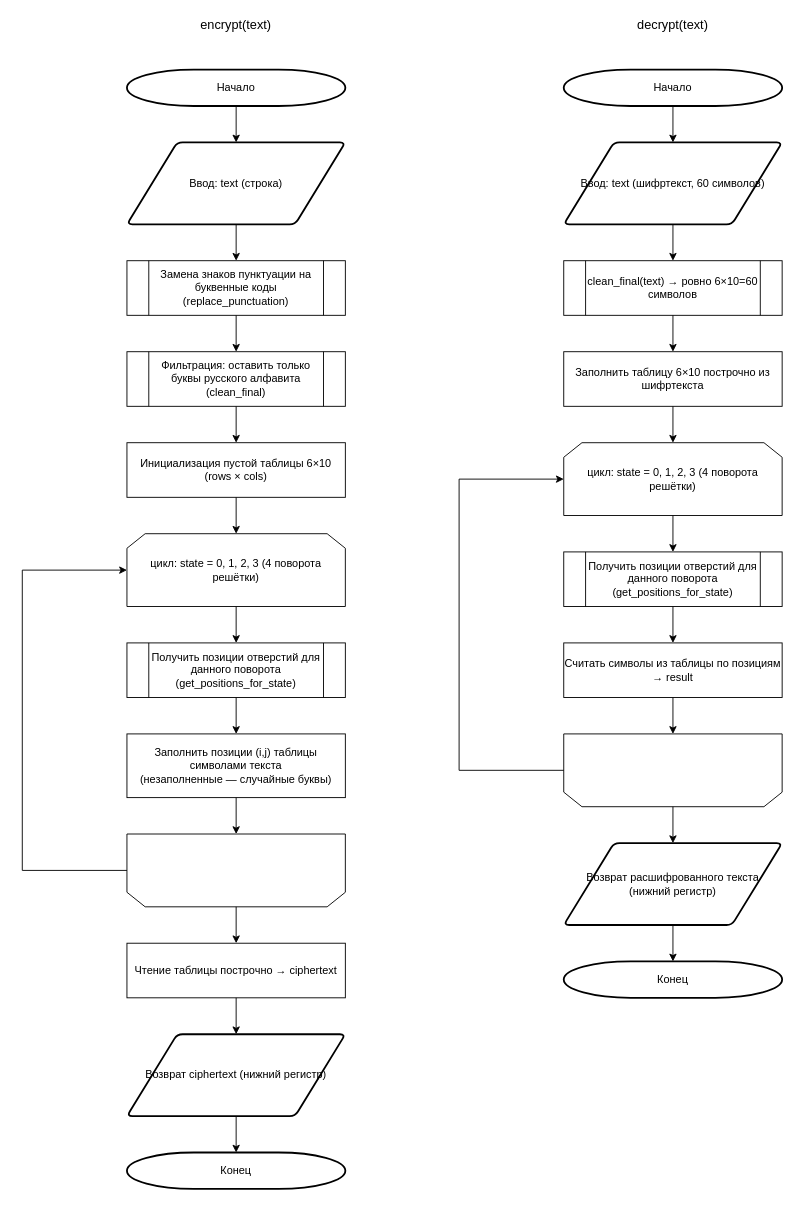
Before: cardano_diagram.drawio in Laincetta/mospolytech-cryptography, a draw.io diagram. Source tidied: cells renumbered, new cells numbered last; positions are measured from the earlier drawing's top-left corner, leaving out a move shared by most shapes. Both pictures are drawn from the tidied source at 91%, with x=0, y=0 at pixel (22, 15).
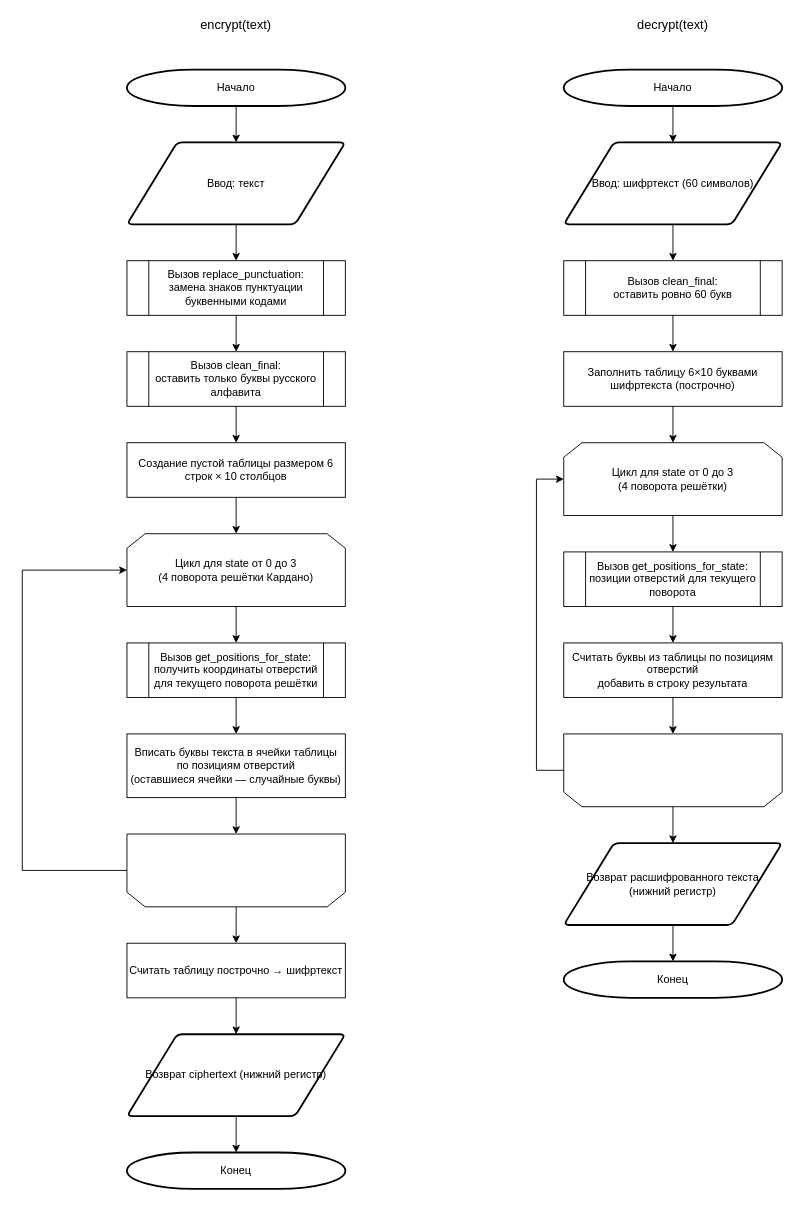
The same diagram, later.

The change refers to these unchanged cells:
```xml
<mxCell id="37" style="text;html=1;whiteSpace=wrap;strokeColor=none;fillColor=none;opacity=0;" parent="1" vertex="1">
  <mxGeometry x="595" y="789" width="240" height="80" as="geometry" />
</mxCell>
```

What changed in the source:
```diff
@@
-    <mxCell id="4" value="Ввод: text (строка)" style="shape=parallelogram;html=1;strokeWidth=2;perimeter=parallelogramPerimeter;whiteSpace=wrap;rounded=1;arcSize=12;size=0.23;" parent="1" vertex="1">
+    <mxCell id="4" value="Ввод: текст" style="shape=parallelogram;html=1;strokeWidth=2;perimeter=parallelogramPerimeter;whiteSpace=wrap;rounded=1;arcSize=12;size=0.23;" parent="1" vertex="1">
       <mxGeometry x="115" y="139" width="240" height="90" as="geometry" />
     </mxCell>
-    <mxCell id="5" value="Замена знаков пунктуации на буквенные коды (replace_punctuation)" style="shape=process;whiteSpace=wrap;html=1;backgroundOutline=1;" parent="1" vertex="1">
+    <mxCell id="5" value="Вызов replace_punctuation:&#10;замена знаков пунктуации буквенными кодами" style="shape=process;whiteSpace=wrap;html=1;backgroundOutline=1;" parent="1" vertex="1">
       <mxGeometry x="115" y="269" width="240" height="60" as="geometry" />
     </mxCell>
-    <mxCell id="6" value="Фильтрация: оставить только буквы русского алфавита (clean_final)" style="shape=process;whiteSpace=wrap;html=1;backgroundOutline=1;" parent="1" vertex="1">
+    <mxCell id="6" value="Вызов clean_final:&#10;оставить только буквы русского алфавита" style="shape=process;whiteSpace=wrap;html=1;backgroundOutline=1;" parent="1" vertex="1">
       <mxGeometry x="115" y="369" width="240" height="60" as="geometry" />
     </mxCell>
-    <mxCell id="7" value="Инициализация пустой таблицы 6×10 (rows × cols)" style="rounded=0;whiteSpace=wrap;html=1;" parent="1" vertex="1">
+    <mxCell id="7" value="Создание пустой таблицы размером 6 строк × 10 столбцов" style="rounded=0;whiteSpace=wrap;html=1;" parent="1" vertex="1">
       <mxGeometry x="115" y="469" width="240" height="60" as="geometry" />
     </mxCell>
-    <mxCell id="8" value="цикл: state = 0, 1, 2, 3 (4 поворота решётки)" style="shape=loopLimit;whiteSpace=wrap;html=1;" parent="1" vertex="1">
+    <mxCell id="8" value="Цикл для state от 0 до 3&#10;(4 поворота решётки Кардано)" style="shape=loopLimit;whiteSpace=wrap;html=1;" parent="1" vertex="1">
       <mxGeometry x="115" y="569" width="240" height="80" as="geometry" />
     </mxCell>
-    <mxCell id="9" value="Получить позиции отверстий для данного поворота (get_positions_for_state)" style="shape=process;whiteSpace=wrap;html=1;backgroundOutline=1;" parent="1" vertex="1">
+    <mxCell id="9" value="Вызов get_positions_for_state:&#10;получить координаты отверстий для текущего поворота решётки" style="shape=process;whiteSpace=wrap;html=1;backgroundOutline=1;" parent="1" vertex="1">
       <mxGeometry x="115" y="689" width="240" height="60" as="geometry" />
     </mxCell>
-    <mxCell id="10" value="Заполнить позиции (i,j) таблицы символами текста&#10;(незаполненные — случайные буквы)" style="rounded=0;whiteSpace=wrap;html=1;" parent="1" vertex="1">
+    <mxCell id="10" value="Вписать буквы текста в ячейки таблицы по позициям отверстий&#10;(оставшиеся ячейки — случайные буквы)" style="rounded=0;whiteSpace=wrap;html=1;" parent="1" vertex="1">
       <mxGeometry x="115" y="789" width="240" height="70" as="geometry" />
     </mxCell>
@@
-    <mxCell id="13" value="Чтение таблицы построчно → ciphertext" style="rounded=0;whiteSpace=wrap;html=1;" parent="1" vertex="1">
+    <mxCell id="13" value="Считать таблицу построчно → шифртекст" style="rounded=0;whiteSpace=wrap;html=1;" parent="1" vertex="1">
       <mxGeometry x="115" y="1019" width="240" height="60" as="geometry" />
     </mxCell>
@@
-    <mxCell id="30" value="Ввод: text (шифртекст, 60 символов)" style="shape=parallelogram;html=1;strokeWidth=2;perimeter=parallelogramPerimeter;whiteSpace=wrap;rounded=1;arcSize=12;size=0.23;" parent="1" vertex="1">
+    <mxCell id="30" value="Ввод: шифртекст (60 символов)" style="shape=parallelogram;html=1;strokeWidth=2;perimeter=parallelogramPerimeter;whiteSpace=wrap;rounded=1;arcSize=12;size=0.23;" parent="1" vertex="1">
       <mxGeometry x="595" y="139" width="240" height="90" as="geometry" />
     </mxCell>
-    <mxCell id="31" value="clean_final(text) → ровно 6×10=60 символов" style="shape=process;whiteSpace=wrap;html=1;backgroundOutline=1;" parent="1" vertex="1">
+    <mxCell id="31" value="Вызов clean_final:&#10;оставить ровно 60 букв" style="shape=process;whiteSpace=wrap;html=1;backgroundOutline=1;" parent="1" vertex="1">
       <mxGeometry x="595" y="269" width="240" height="60" as="geometry" />
     </mxCell>
-    <mxCell id="32" value="Заполнить таблицу 6×10 построчно из шифртекста" style="rounded=0;whiteSpace=wrap;html=1;" parent="1" vertex="1">
+    <mxCell id="32" value="Заполнить таблицу 6×10 буквами шифртекста (построчно)" style="rounded=0;whiteSpace=wrap;html=1;" parent="1" vertex="1">
       <mxGeometry x="595" y="369" width="240" height="60" as="geometry" />
     </mxCell>
-    <mxCell id="33" value="цикл: state = 0, 1, 2, 3 (4 поворота решётки)" style="shape=loopLimit;whiteSpace=wrap;html=1;" parent="1" vertex="1">
+    <mxCell id="33" value="Цикл для state от 0 до 3&#10;(4 поворота решётки)" style="shape=loopLimit;whiteSpace=wrap;html=1;" parent="1" vertex="1">
       <mxGeometry x="595" y="469" width="240" height="80" as="geometry" />
     </mxCell>
-    <mxCell id="34" value="Получить позиции отверстий для данного поворота (get_positions_for_state)" style="shape=process;whiteSpace=wrap;html=1;backgroundOutline=1;" parent="1" vertex="1">
+    <mxCell id="34" value="Вызов get_positions_for_state:&#10;позиции отверстий для текущего поворота" style="shape=process;whiteSpace=wrap;html=1;backgroundOutline=1;" parent="1" vertex="1">
       <mxGeometry x="595" y="589" width="240" height="60" as="geometry" />
     </mxCell>
-    <mxCell id="35" value="Считать символы из таблицы по позициям → result" style="rounded=0;whiteSpace=wrap;html=1;" parent="1" vertex="1">
+    <mxCell id="35" value="Считать буквы из таблицы по позициям отверстий&#10;добавить в строку результата" style="rounded=0;whiteSpace=wrap;html=1;" parent="1" vertex="1">
       <mxGeometry x="595" y="689" width="240" height="60" as="geometry" />
     </mxCell>
@@
     <mxCell id="47" style="edgeStyle=orthogonalEdgeStyle;rounded=0;jettySize=auto;html=1;exitX=0;exitY=0.5;exitDx=0;exitDy=0;entryX=0;entryY=0.5;entryDx=0;entryDy=0;" parent="1" edge="1" source="37" target="33">
       <mxGeometry relative="1" as="geometry">
         <Array as="points">
-          <mxPoint x="480" y="829" />
-          <mxPoint x="480" y="509" />
+          <mxPoint x="565" y="829" />
+          <mxPoint x="565" y="509" />
         </Array>
       </mxGeometry>
     </mxCell>
```
